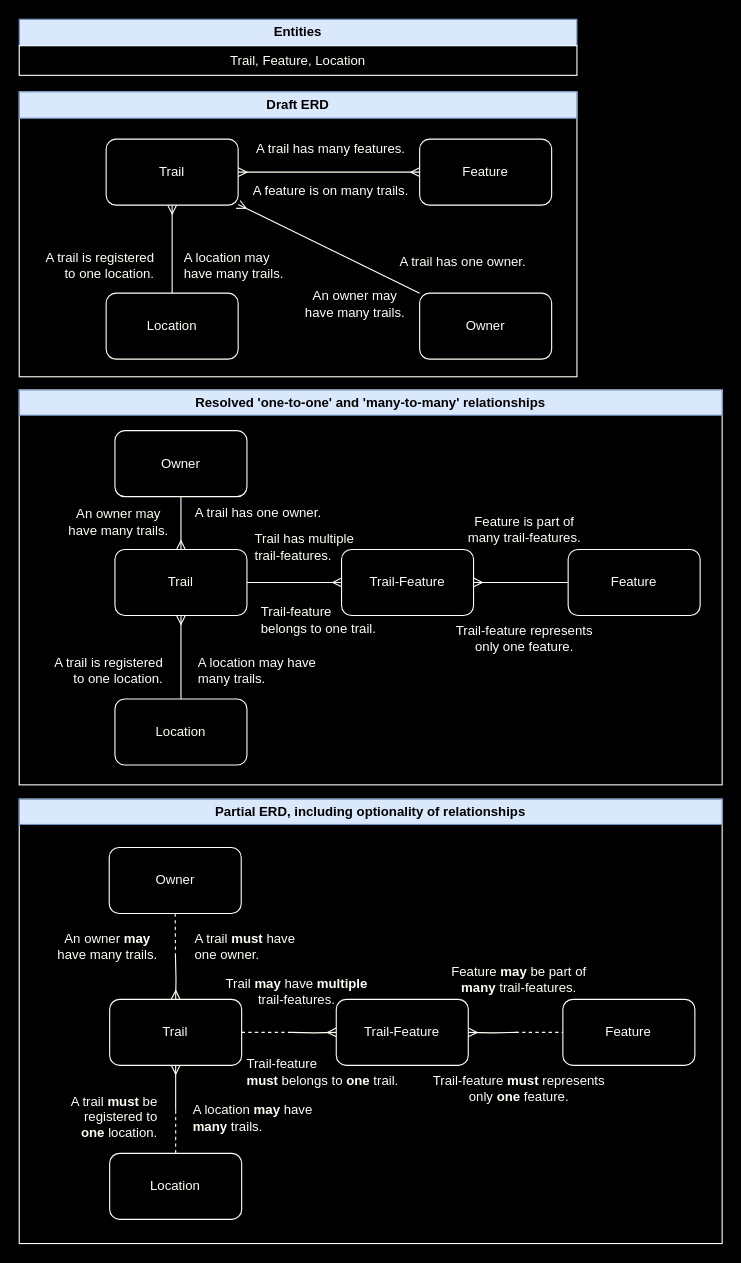
jensenhill/CW1-COMP2001-JensenHill keeps this draw.io diagram as Planning/Partial ERD.drawio. Above is the earlier version. Source tidied: cells renumbered, new cells numbered last; positions are measured from the earlier drawing's top-left corner, leaving out a move shared by most shapes. Both pictures are drawn from the tidied source at 110%, with x=0, y=0 at pixel (19, 19).
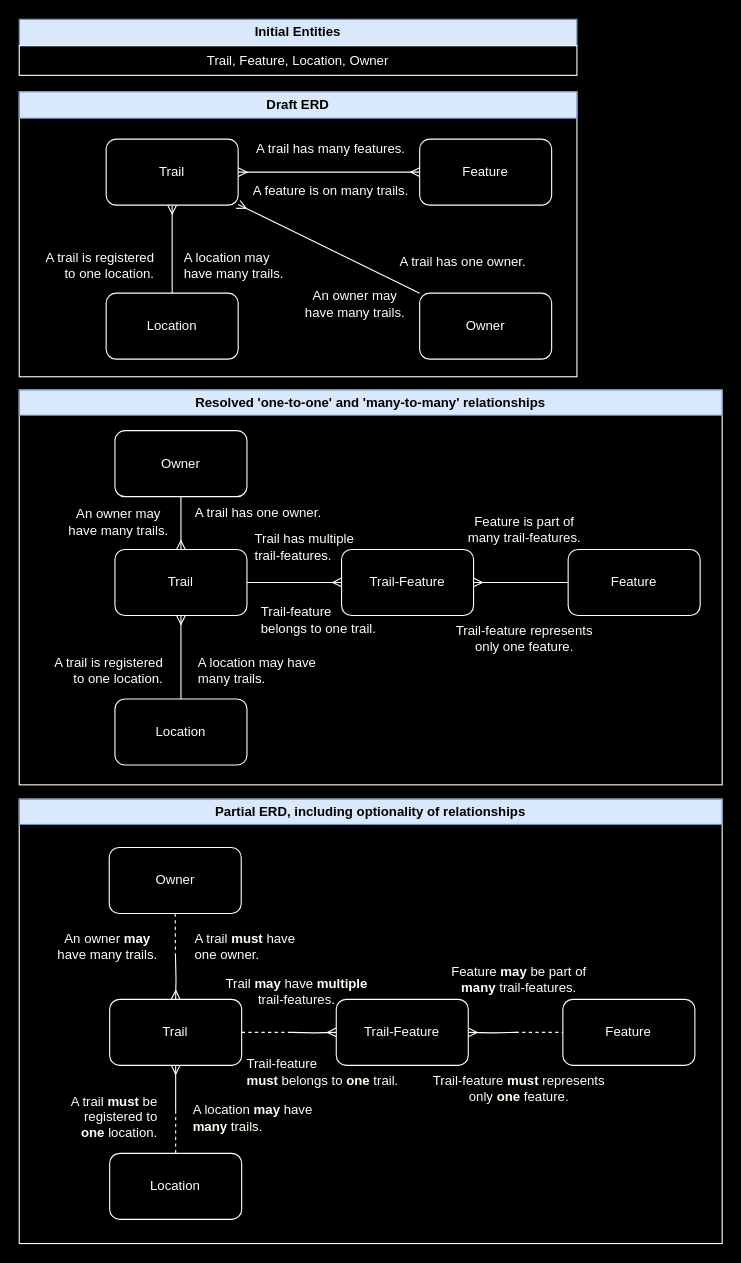
After the change.

The edit, as a diff of the source:
```diff
@@
-    <mxCell id="15" value="&lt;b&gt;Entities&lt;/b&gt;" style="rounded=0;whiteSpace=wrap;html=1;fillColor=#dae8fc;strokeColor=#6c8ebf;" parent="1" vertex="1">
+    <mxCell id="15" value="&lt;b&gt;Initial Entities&lt;/b&gt;" style="rounded=0;whiteSpace=wrap;html=1;fillColor=#dae8fc;strokeColor=#6c8ebf;" parent="1" vertex="1">
       <mxGeometry width="507" height="24" as="geometry" />
     </mxCell>
-    <mxCell id="16" value="&lt;font color=&quot;#fffff5&quot;&gt;Trail, Feature, Location&lt;/font&gt;" style="rounded=0;whiteSpace=wrap;html=1;fillColor=none;strokeColor=#FFFFF5;" parent="1" vertex="1">
+    <mxCell id="16" value="&lt;font color=&quot;#fffff5&quot;&gt;Trail, Feature, Location, Owner&lt;br&gt;&lt;/font&gt;" style="rounded=0;whiteSpace=wrap;html=1;fillColor=none;strokeColor=#FFFFF5;" parent="1" vertex="1">
       <mxGeometry y="24" width="507" height="27" as="geometry" />
     </mxCell>
```
